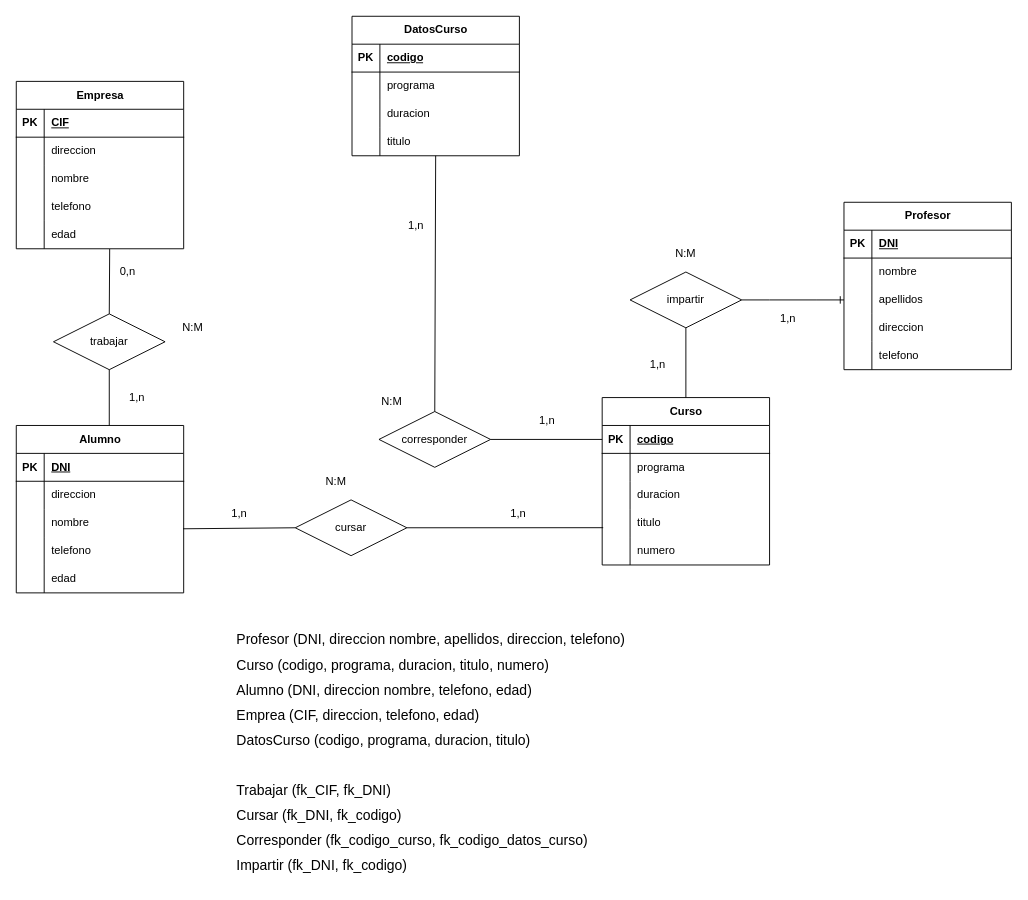
The draw.io diagram Ejercicio02.drawio in Daninuro/diagrames-cvf-dn-mpl-n-11102023, before the edit. Source tidied: cells renumbered, new cells numbered last; positions are measured from the earlier drawing's top-left corner, leaving out a move shared by most shapes. Both pictures are drawn from the tidied source at 93%, with x=0, y=0 at pixel (16, 16).
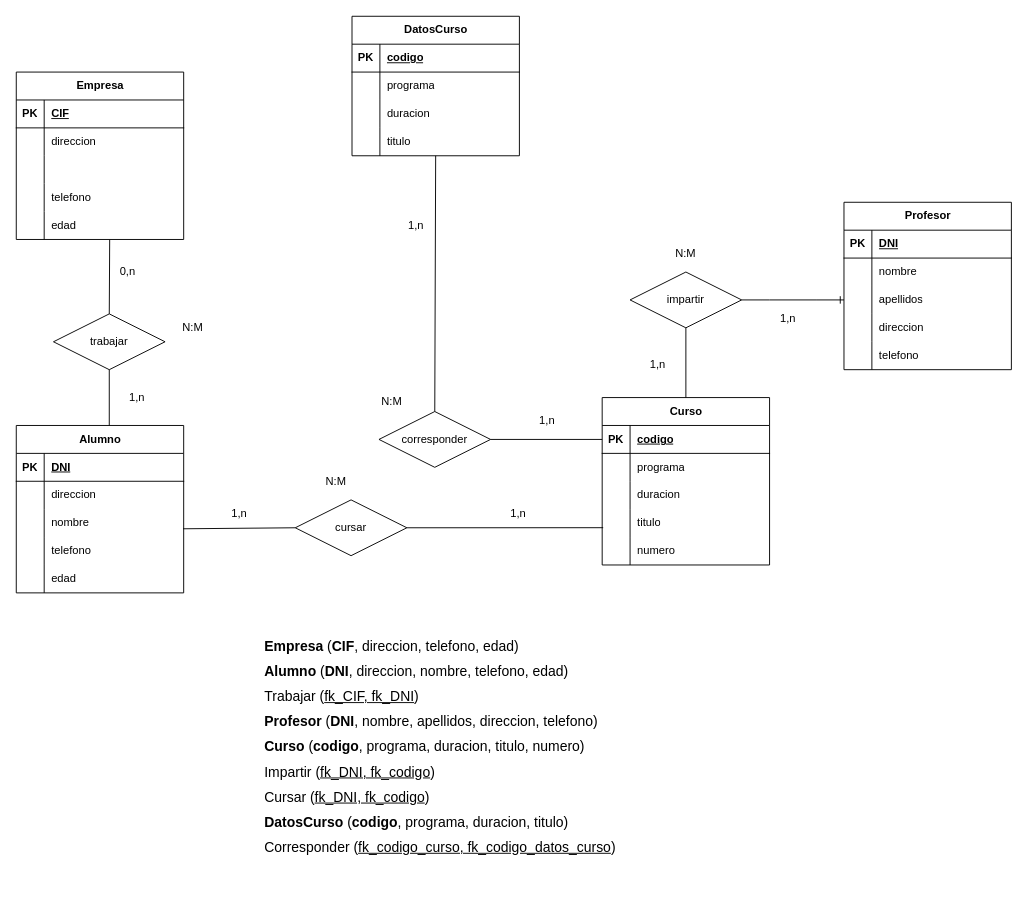
After the change.

Unchanged cells that the change refers to:
```xml
<mxCell id="26" style="shape=tableRow;horizontal=0;startSize=0;swimlaneHead=0;swimlaneBody=0;fillColor=none;top=0;left=0;right=0;bottom=0;" parent="19" vertex="1">
  <mxGeometry y="90" width="180" height="30" as="geometry" />
</mxCell>
```

The edit, as a diff of the source:
```diff
@@
     <mxCell id="19" value="Empresa" style="shape=table;startSize=30;childLayout=tableLayout;rowLines=0;fontStyle=1;align=center;html=1;" parent="1" vertex="1">
-      <mxGeometry y="70" width="180" height="180" as="geometry" />
+      <mxGeometry y="60" width="180" height="180" as="geometry" />
     </mxCell>
@@
-    <mxCell id="28" value="nombre" style="shape=partialRectangle;fillColor=none;top=0;left=0;bottom=0;right=0;align=left;spacingLeft=6;overflow=hidden;whiteSpace=wrap;html=1;" parent="26" vertex="1">
+    <mxCell id="28" style="shape=partialRectangle;fillColor=none;top=0;left=0;bottom=0;right=0;align=left;spacingLeft=6;overflow=hidden;whiteSpace=wrap;html=1;" parent="26" vertex="1">
       <mxGeometry x="30" width="150" height="30" as="geometry" />
     </mxCell>
@@
-    <mxCell id="69" value="&lt;div style=&quot;text-align: justify; font-size: 15px; line-height: 180%;&quot;&gt;&lt;span style=&quot;background-color: initial;&quot;&gt;&lt;font style=&quot;font-size: 15px;&quot;&gt;Profesor (DNI, direccion nombre, apellidos, direccion, telefono)&lt;/font&gt;&lt;/span&gt;&lt;/div&gt;&lt;div style=&quot;text-align: justify; font-size: 15px; line-height: 180%;&quot;&gt;&lt;span style=&quot;background-color: initial;&quot;&gt;&lt;font style=&quot;font-size: 15px;&quot;&gt;Curso (codigo, programa, duracion, titulo, numero)&lt;/font&gt;&lt;/span&gt;&lt;/div&gt;&lt;div style=&quot;text-align: justify; font-size: 15px; line-height: 180%;&quot;&gt;&lt;span style=&quot;background-color: initial;&quot;&gt;&lt;font style=&quot;font-size: 15px;&quot;&gt;Alumno (DNI, direccion nombre, telefono, edad)&lt;/font&gt;&lt;/span&gt;&lt;/div&gt;&lt;div style=&quot;text-align: justify; font-size: 15px; line-height: 180%;&quot;&gt;&lt;span style=&quot;background-color: initial;&quot;&gt;&lt;font style=&quot;font-size: 15px;&quot;&gt;Emprea (CIF, direccion, telefono, edad)&lt;/font&gt;&lt;/span&gt;&lt;/div&gt;&lt;div style=&quot;text-align: justify; font-size: 15px; line-height: 180%;&quot;&gt;&lt;span style=&quot;background-color: initial;&quot;&gt;&lt;font style=&quot;font-size: 15px;&quot;&gt;DatosCurso (codigo, programa, duracion, titulo)&lt;/font&gt;&lt;/span&gt;&lt;/div&gt;&lt;div style=&quot;text-align: justify; font-size: 15px; line-height: 180%;&quot;&gt;&lt;span style=&quot;background-color: initial;&quot;&gt;&lt;font style=&quot;font-size: 15px;&quot;&gt;&lt;br&gt;&lt;/font&gt;&lt;/span&gt;&lt;/div&gt;&lt;div style=&quot;text-align: justify; font-size: 15px; line-height: 180%;&quot;&gt;&lt;span style=&quot;background-color: initial;&quot;&gt;&lt;font style=&quot;font-size: 15px;&quot;&gt;Trabajar (fk_CIF, fk_DNI)&lt;/font&gt;&lt;/span&gt;&lt;/div&gt;&lt;div style=&quot;text-align: justify; font-size: 15px; line-height: 180%;&quot;&gt;&lt;span style=&quot;background-color: initial;&quot;&gt;&lt;font style=&quot;font-size: 15px;&quot;&gt;Cursar (fk_DNI, fk_codigo)&lt;/font&gt;&lt;/span&gt;&lt;/div&gt;&lt;div style=&quot;text-align: justify; font-size: 15px; line-height: 180%;&quot;&gt;&lt;span style=&quot;background-color: initial;&quot;&gt;&lt;font style=&quot;font-size: 15px;&quot;&gt;Corresponder (fk_codigo_curso, fk_codigo_datos_curso)&lt;/font&gt;&lt;/span&gt;&lt;/div&gt;&lt;div style=&quot;text-align: justify; font-size: 15px; line-height: 180%;&quot;&gt;&lt;span style=&quot;background-color: initial;&quot;&gt;&lt;font style=&quot;font-size: 15px;&quot;&gt;Impartir (fk_DNI, fk_codigo)&amp;nbsp;&lt;/font&gt;&lt;/span&gt;&lt;/div&gt;" style="text;html=1;strokeColor=none;fillColor=none;align=center;verticalAlign=middle;whiteSpace=wrap;rounded=0;" parent="1" vertex="1">
-      <mxGeometry x="160" y="736" width="572" height="110" as="geometry" />
+    <mxCell id="69" value="&lt;div style=&quot;text-align: justify; font-size: 15px; line-height: 180%;&quot;&gt;&lt;span style=&quot;background-color: initial;&quot;&gt;&lt;font style=&quot;font-size: 15px;&quot;&gt;&lt;br&gt;&lt;/font&gt;&lt;/span&gt;&lt;/div&gt;&lt;div style=&quot;text-align: justify; font-size: 15px; line-height: 180%;&quot;&gt;&lt;b&gt;Empresa &lt;/b&gt;(&lt;b&gt;CIF&lt;/b&gt;, direccion, telefono, edad)&lt;span style=&quot;background-color: initial;&quot;&gt;&lt;font style=&quot;font-size: 15px;&quot;&gt;&lt;br&gt;&lt;/font&gt;&lt;/span&gt;&lt;/div&gt;&lt;div style=&quot;text-align: justify; font-size: 15px; line-height: 180%;&quot;&gt;&lt;b&gt;Alumno &lt;/b&gt;(&lt;b&gt;DNI&lt;/b&gt;, direccion, nombre, telefono, edad)&lt;br&gt;&lt;/div&gt;&lt;div style=&quot;text-align: justify; font-size: 15px; line-height: 180%;&quot;&gt;Trabajar (&lt;u&gt;fk_CIF, fk_DNI&lt;/u&gt;)&lt;br&gt;&lt;/div&gt;&lt;div style=&quot;text-align: justify; font-size: 15px; line-height: 180%;&quot;&gt;&lt;span style=&quot;background-color: initial;&quot;&gt;&lt;font style=&quot;font-size: 15px;&quot;&gt;&lt;b&gt;Profesor &lt;/b&gt;(&lt;b&gt;DNI&lt;/b&gt;, nombre, apellidos, direccion, telefono)&lt;/font&gt;&lt;/span&gt;&lt;/div&gt;&lt;div style=&quot;text-align: justify; font-size: 15px; line-height: 180%;&quot;&gt;&lt;span style=&quot;background-color: initial;&quot;&gt;&lt;font style=&quot;font-size: 15px;&quot;&gt;&lt;b&gt;Curso &lt;/b&gt;(&lt;b&gt;codigo&lt;/b&gt;, programa, duracion, titulo, numero)&lt;/font&gt;&lt;/span&gt;&lt;/div&gt;&lt;div style=&quot;text-align: justify; font-size: 15px; line-height: 180%;&quot;&gt;Impartir (&lt;u&gt;fk_DNI, fk_codigo&lt;/u&gt;)&lt;/div&gt;&lt;div style=&quot;text-align: justify; font-size: 15px; line-height: 180%;&quot;&gt;Cursar (&lt;u&gt;fk_DNI, fk_codigo&lt;/u&gt;)&lt;br&gt;&lt;/div&gt;&lt;div style=&quot;text-align: justify; font-size: 15px; line-height: 180%;&quot;&gt;&lt;span style=&quot;background-color: initial;&quot;&gt;&lt;font style=&quot;font-size: 15px;&quot;&gt;&lt;b&gt;DatosCurso &lt;/b&gt;(&lt;b&gt;codigo&lt;/b&gt;, programa, duracion, titulo)&lt;/font&gt;&lt;/span&gt;&lt;/div&gt;&lt;div style=&quot;text-align: justify; font-size: 15px; line-height: 180%;&quot;&gt;&lt;span style=&quot;background-color: initial;&quot;&gt;&lt;font style=&quot;font-size: 15px;&quot;&gt;Corresponder (&lt;u&gt;fk_codigo_curso, fk_codigo_datos_curso&lt;/u&gt;)&lt;/font&gt;&lt;/span&gt;&lt;/div&gt;&lt;div style=&quot;text-align: justify; font-size: 15px; line-height: 180%;&quot;&gt;&lt;span style=&quot;background-color: initial;&quot;&gt;&lt;font style=&quot;font-size: 15px;&quot;&gt;&amp;nbsp;&lt;/font&gt;&lt;/span&gt;&lt;/div&gt;" style="text;html=1;strokeColor=none;fillColor=none;align=center;verticalAlign=middle;whiteSpace=wrap;rounded=0;" parent="1" vertex="1">
+      <mxGeometry x="170" y="640" width="572" height="290" as="geometry" />
     </mxCell>
```
